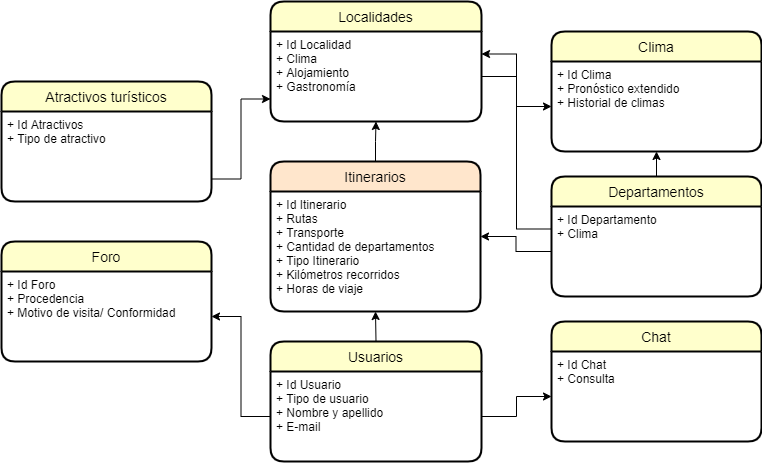
Before: Tablas grupo 1.png, a diagram exported from draw.io (FullStackCatamarca/proyecto_g1-proyecto_Viajes365). Source tidied: cells renumbered, new cells last; positions are measured from the earlier drawing's top-left corner, leaving out a move shared by most shapes.
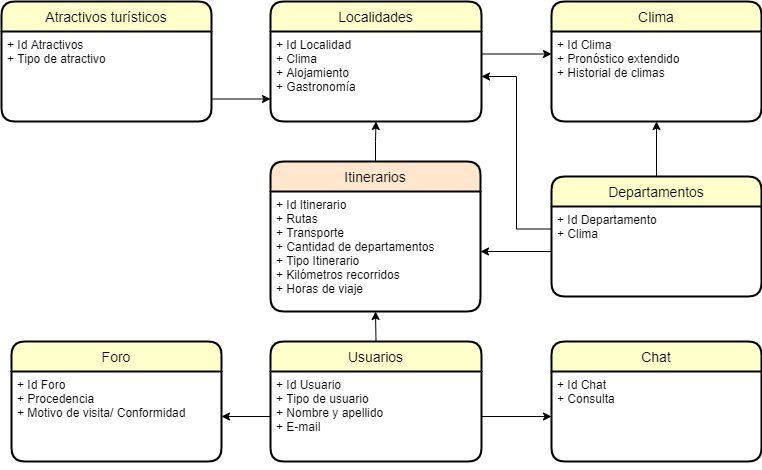
Later version of the same file.

Diff of the diagram source:
```diff
@@ -9,7 +9,7 @@
       <mxGeometry y="30" width="211" height="90" as="geometry" />
     </mxCell>
     <mxCell id="4" value="Atractivos turísticos" style="swimlane;horizontal=1;startSize=30;rounded=1;fontSize=14;fontStyle=0;strokeWidth=2;shadow=0;dashed=0;align=center;fillColor=#FFFFCC;" parent="1" vertex="1">
-      <mxGeometry y="80" width="210" height="120" as="geometry" />
+      <mxGeometry width="210" height="120" as="geometry" />
     </mxCell>
     <mxCell id="5" value="+ Id Atractivos &#10;+ Tipo de atractivo&#10;" style="align=left;strokeColor=none;fillColor=none;spacingLeft=4;fontSize=12;verticalAlign=top;shadow=1;" parent="4" vertex="1">
       <mxGeometry y="30" width="210" height="90" as="geometry" />
@@ -36,13 +36,13 @@
       <mxGeometry relative="1" as="geometry" />
     </mxCell>
     <mxCell id="13" value="Foro" style="swimlane;horizontal=1;startSize=30;rounded=1;fontSize=14;fontStyle=0;strokeWidth=2;shadow=0;dashed=0;align=center;fillColor=#FFFFCC;" parent="1" vertex="1">
-      <mxGeometry y="240" width="210" height="120" as="geometry" />
+      <mxGeometry x="10" y="340" width="210" height="120" as="geometry" />
     </mxCell>
     <mxCell id="14" value="+ Id Foro &#10;+ Procedencia&#10;+ Motivo de visita/ Conformidad&#10;&#10;" style="align=left;strokeColor=none;fillColor=none;spacingLeft=4;fontSize=12;verticalAlign=top;" parent="13" vertex="1">
       <mxGeometry y="30" width="210" height="90" as="geometry" />
     </mxCell>
     <mxCell id="15" value="Chat" style="swimlane;horizontal=1;startSize=30;rounded=1;fontSize=14;fontStyle=0;strokeWidth=2;shadow=0;dashed=0;align=center;fillColor=#FFFFCC;" parent="1" vertex="1">
-      <mxGeometry x="550" y="320" width="210" height="120" as="geometry" />
+      <mxGeometry x="550" y="340" width="210" height="120" as="geometry" />
     </mxCell>
     <mxCell id="16" value="+ Id Chat &#10;+ Consulta&#10;" style="align=left;strokeColor=none;fillColor=none;spacingLeft=4;fontSize=12;verticalAlign=top;" parent="15" vertex="1">
       <mxGeometry y="30" width="210" height="90" as="geometry" />
@@ -65,19 +65,19 @@
     <mxCell id="22" value="+ Id Departamento &#10;+ Clima &#10;&#10;&#10;" style="align=left;strokeColor=none;fillColor=none;spacingLeft=4;fontSize=12;verticalAlign=top;" parent="21" vertex="1">
       <mxGeometry y="30" width="210" height="90" as="geometry" />
     </mxCell>
-    <mxCell id="23" style="edgeStyle=orthogonalEdgeStyle;rounded=0;jettySize=auto;html=1;" parent="1" edge="1" source="22" target="7">
+    <mxCell id="23" style="edgeStyle=orthogonalEdgeStyle;rounded=0;jettySize=auto;html=1;entryX=1;entryY=0.5;entryDx=0;entryDy=0;" parent="1" edge="1" source="22" target="8">
       <mxGeometry relative="1" as="geometry" />
     </mxCell>
-    <mxCell id="24" style="edgeStyle=orthogonalEdgeStyle;rounded=0;jettySize=auto;html=1;exitX=0;exitY=0.25;exitDx=0;exitDy=0;entryX=1;entryY=0.25;entryDx=0;entryDy=0;" parent="1" edge="1" source="22" target="3">
+    <mxCell id="24" style="edgeStyle=orthogonalEdgeStyle;rounded=0;jettySize=auto;html=1;exitX=0;exitY=0.25;exitDx=0;exitDy=0;entryX=1;entryY=0.5;entryDx=0;entryDy=0;" parent="1" edge="1" source="22" target="3">
       <mxGeometry relative="1" as="geometry" />
     </mxCell>
     <mxCell id="25" value="Clima" style="swimlane;horizontal=1;startSize=30;rounded=1;fontSize=14;fontStyle=0;strokeWidth=2;shadow=0;dashed=0;align=center;fillColor=#FFFFCC;" parent="1" vertex="1">
-      <mxGeometry x="550" y="30" width="210" height="120" as="geometry" />
+      <mxGeometry x="550" width="210" height="120" as="geometry" />
     </mxCell>
     <mxCell id="26" value="+ Id Clima&#10;+ Pronóstico extendido&#10;+ Historial de climas&#10;&#10;&#10;&#10;" style="align=left;strokeColor=none;fillColor=none;spacingLeft=4;fontSize=12;verticalAlign=top;" parent="25" vertex="1">
       <mxGeometry y="30" width="210" height="90" as="geometry" />
     </mxCell>
-    <mxCell id="27" style="edgeStyle=orthogonalEdgeStyle;rounded=0;jettySize=auto;html=1;exitX=1;exitY=0.5;exitDx=0;exitDy=0;entryX=0;entryY=0.5;entryDx=0;entryDy=0;" parent="1" edge="1" source="3" target="26">
+    <mxCell id="27" style="edgeStyle=orthogonalEdgeStyle;rounded=0;jettySize=auto;html=1;exitX=1;exitY=0.25;exitDx=0;exitDy=0;entryX=0;entryY=0.25;entryDx=0;entryDy=0;" parent="1" edge="1" source="3" target="26">
       <mxGeometry relative="1" as="geometry" />
     </mxCell>
   </root>
```
